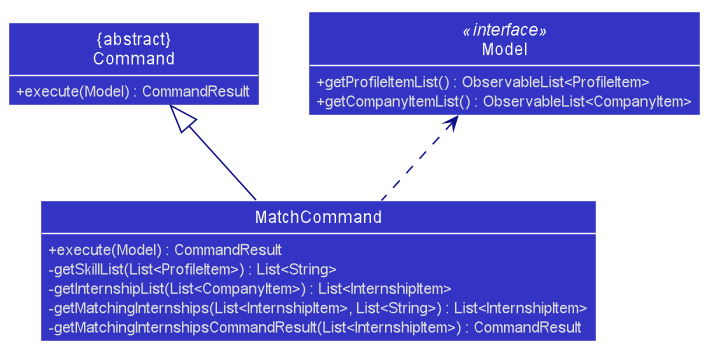
Above: docs/images/MatchCommandClassDiagram.png in shawn-nyk/tp (PlantUML), before the change.
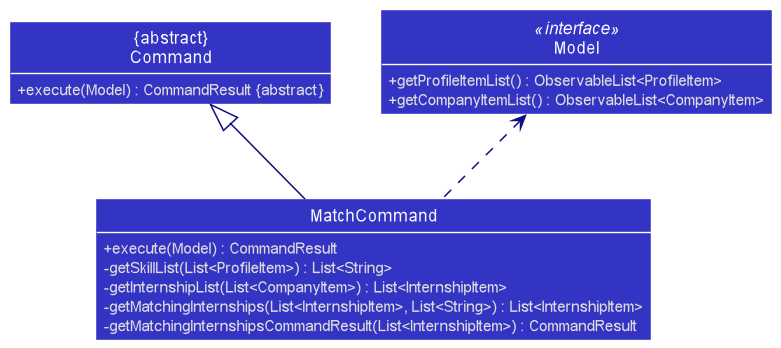
The same file after the commit.

Commit message:
Update match command class diagram

Diff of the diagram source:
```diff
@@ -1,58 +1,10 @@
 @startuml
-
-
-
-
-
-
-
-
-skinparam BackgroundColor #FFFFFFF
-
-skinparam Shadowing false
-
-skinparam classAttributeIconSize 0
-
-skinparam Class {
-    FontColor #FFFFFF
-    BorderThickness 1
-    BorderColor #FFFFFF
-    StereotypeFontColor #FFFFFF
-    FontName Arial
-}
-
-skinparam Actor {
-    BorderColor #000000
-    Color #000000
-    FontName Arial
-}
-
-skinparam Sequence {
-    MessageAlign center
-    BoxFontSize 15
-    BoxPadding 0
-    BoxFontColor #FFFFFF
-    FontName Arial
-}
-
-skinparam Participant {
-    FontColor #FFFFFFF
-    Padding 20
-}
-
-skinparam MinClassWidth 50
-skinparam ParticipantPadding 10
-skinparam Shadowing false
-skinparam DefaultTextAlignment center
-skinparam packageStyle Rectangle
-
-hide footbox
-hide circle
+!include InternHunterStyle.puml
 
 skinparam classAttributeIconSize 0
 skinparam arrowThickness 1.1
-skinparam arrowColor #101086
-skinparam classBackgroundColor #3333C4
+skinparam arrowColor LOGIC_COLOR_T4
+skinparam classBackgroundColor LOGIC_COLOR
 skinparam defaultFontColor #DDDDDD
 
 class MatchCommand {
@@ -63,8 +15,8 @@
     -getMatchingInternshipsCommandResult(List<InternshipItem>) : CommandResult
 }
 
-class "&#123;abstract&#125;\nCommand" as Command {
-    +execute(Model) : CommandResult
+class "ABSTRACT\nCommand" as Command {
+    +execute(Model) : CommandResult ABSTRACT
 }
 
 class Model <<interface>> {
```
